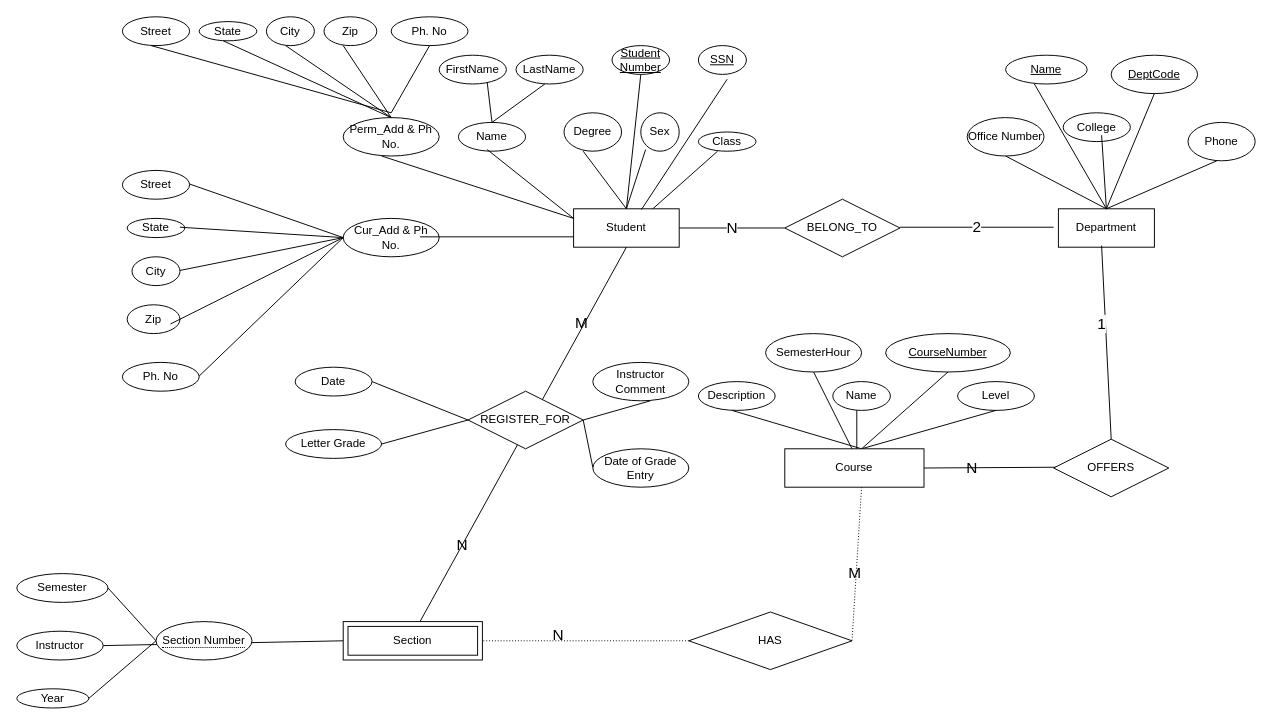
Earlier version of the draw.io diagram Untitled Diagram.drawio (saiaungkyawmaw/ER-diagram_DatabaseClass). Source tidied: cells renumbered, new cells numbered last; positions are measured from the earlier drawing's top-left corner, leaving out a move shared by most shapes. Both pictures are drawn from the tidied source at 96%, with x=0, y=0 at pixel (16, 16).
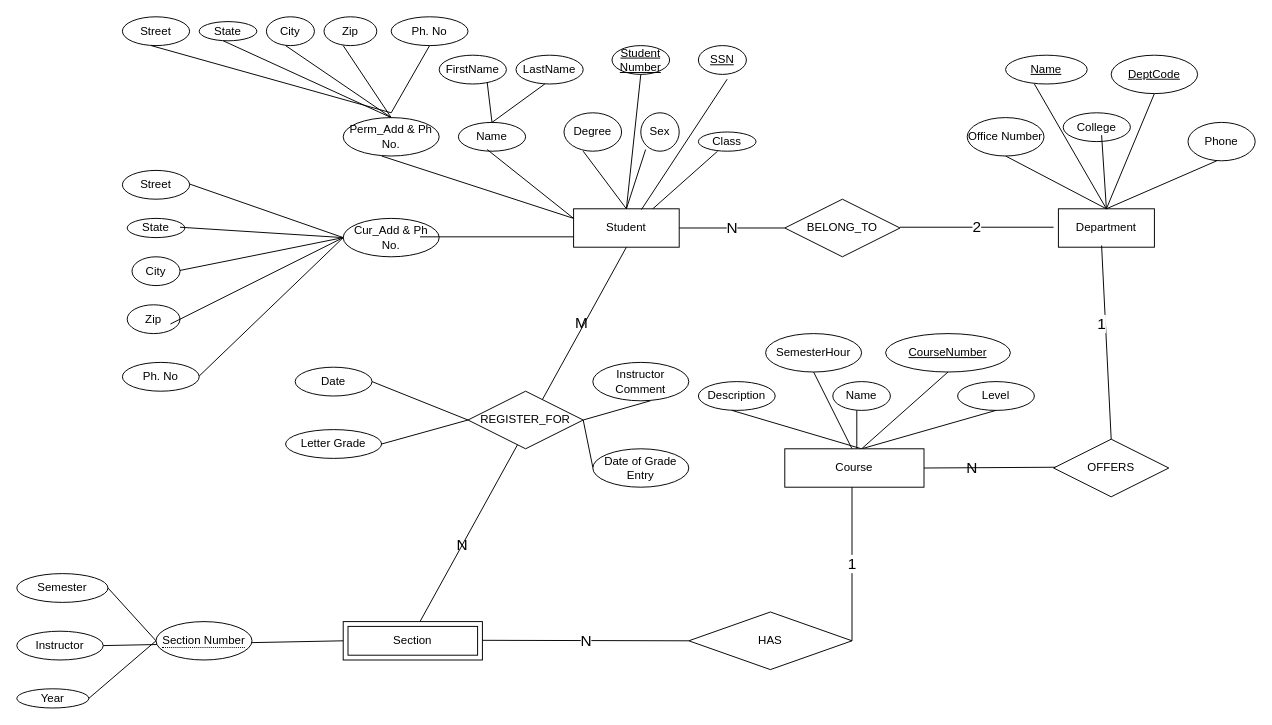
Above is the later version.

The change refers to these unchanged cells:
```xml
<mxCell id="4" value="Section" style="shape=ext;margin=3;double=1;whiteSpace=wrap;html=1;align=center;" parent="1" vertex="1">
  <mxGeometry x="340" y="630" width="145" height="40" as="geometry" />
</mxCell>
<mxCell id="65" value="HAS" style="shape=rhombus;perimeter=rhombusPerimeter;whiteSpace=wrap;html=1;align=center;" parent="1" vertex="1">
  <mxGeometry x="700" y="620" width="170" height="60" as="geometry" />
</mxCell>
```

What changed in the source:
```diff
@@
-    <mxCell id="66" style="endArrow=none;html=1;rounded=0;dashed=1;dashPattern=1 2;entryX=1;entryY=0.5;entryDx=0;entryDy=0;exitX=0;exitY=0.5;exitDx=0;exitDy=0;" parent="1" edge="1" source="65" target="4">
-      <mxGeometry relative="1" as="geometry" />
-    </mxCell>
-    <mxCell id="67" value="N" style="html=1;align=right;verticalAlign=bottom;fontSize=16;" parent="66" vertex="1">
-      <mxGeometry x="1" relative="1" as="geometry">
-        <mxPoint x="85" y="5" as="offset" />
-      </mxGeometry>
-    </mxCell>
-    <mxCell id="68" style="endArrow=none;html=1;rounded=0;dashed=1;dashPattern=1 2;entryX=1;entryY=0.5;entryDx=0;entryDy=0;exitX=0.5;exitY=1;exitDx=0;exitDy=0;" parent="1" edge="1" target="65">
-      <mxGeometry relative="1" as="geometry">
-        <mxPoint x="880" y="490" as="sourcePoint" />
-      </mxGeometry>
-    </mxCell>
-    <mxCell id="69" value="M" style="html=1;align=right;verticalAlign=bottom;fontSize=16;" parent="68" vertex="1">
-      <mxGeometry x="1" relative="1" as="geometry">
-        <mxPoint x="10" y="-60" as="offset" />
-      </mxGeometry>
-    </mxCell>
@@
+    <mxCell id="67" value="N" style="endArrow=none;html=1;rounded=0;entryX=0;entryY=0.5;entryDx=0;entryDy=0;fontSize=16;" parent="1" edge="1" target="65">
+      <mxGeometry relative="1" as="geometry">
+        <mxPoint x="485" y="649.5" as="sourcePoint" />
+      </mxGeometry>
+    </mxCell>
+    <mxCell id="97" value="1" style="endArrow=none;html=1;rounded=0;fontSize=16;entryX=1;entryY=0.5;entryDx=0;entryDy=0;" parent="1" edge="1" target="65">
+      <mxGeometry relative="1" as="geometry">
+        <mxPoint x="870" y="490" as="sourcePoint" />
+      </mxGeometry>
+    </mxCell>
```
